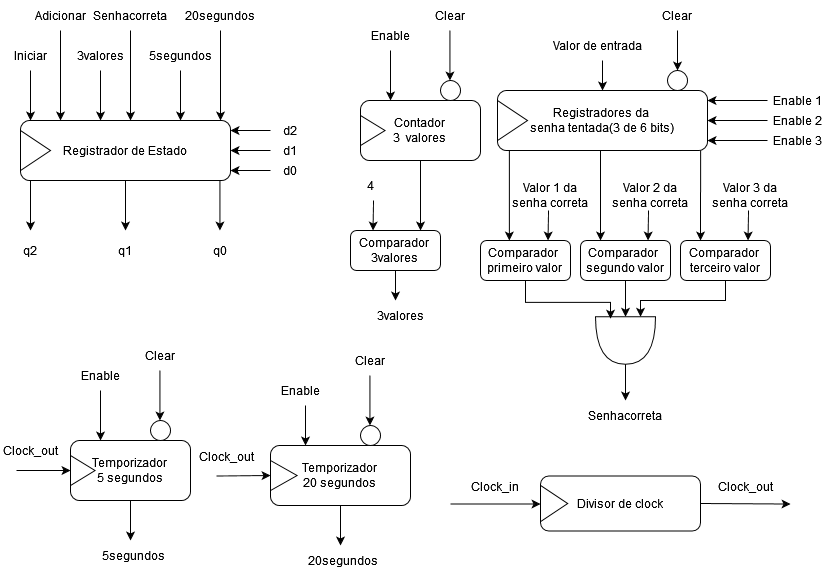
The draw.io diagram proj3_geral.drawio.png in pedroManuelP/Projeto_03_CircuitosDigitais, before a commit. Source tidied: cells renumbered, new cells last; positions are measured from the earlier drawing's top-left corner, leaving out a move shared by most shapes.
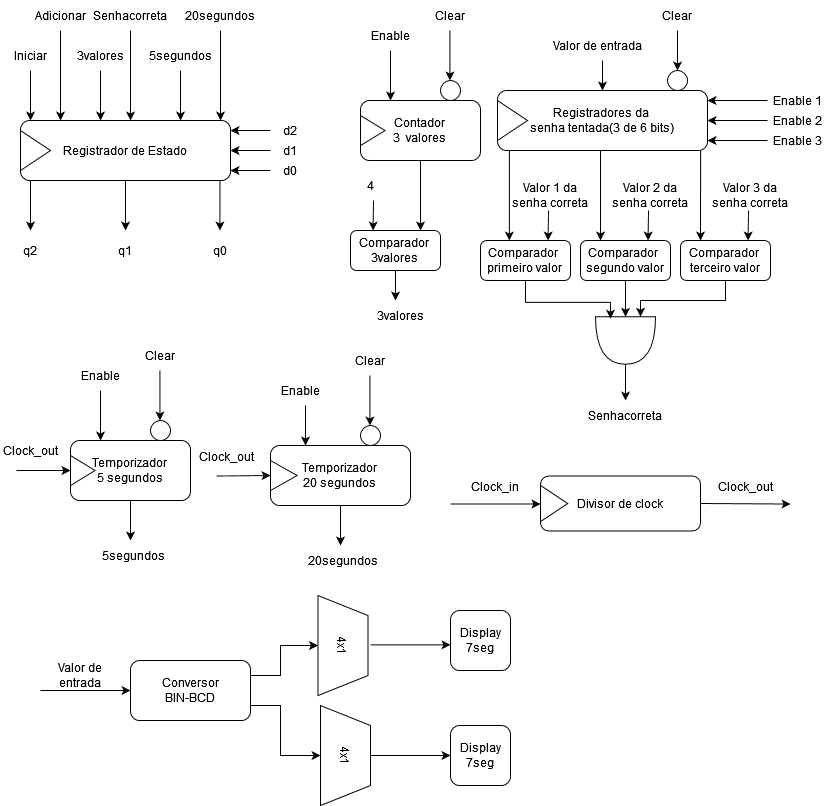
The same diagram one commit later.

What changed in the source:
```diff
@@ -437,5 +437,53 @@
     <mxCell id="106" value="Clock_in" style="text;html=1;align=center;verticalAlign=middle;whiteSpace=wrap;rounded=0;" parent="1" vertex="1">
       <mxGeometry x="465" y="470.5" width="60" height="30" as="geometry" />
     </mxCell>
+    <mxCell id="107" value="&lt;div&gt;Conversor&lt;/div&gt;&lt;div&gt;BIN-BCD&lt;br&gt;&lt;/div&gt;" style="rounded=1;whiteSpace=wrap;html=1;" parent="1" vertex="1">
+      <mxGeometry x="130" y="660" width="120" height="60" as="geometry" />
+    </mxCell>
+    <mxCell id="108" value="4x1" style="shape=trapezoid;perimeter=trapezoidPerimeter;whiteSpace=wrap;html=1;fixedSize=1;rotation=90;" parent="1" vertex="1">
+      <mxGeometry x="295" y="730" width="100" height="50" as="geometry" />
+    </mxCell>
+    <mxCell id="109" value="4x1" style="shape=trapezoid;perimeter=trapezoidPerimeter;whiteSpace=wrap;html=1;fixedSize=1;rotation=90;" parent="1" vertex="1">
+      <mxGeometry x="292.5" y="620" width="100" height="50" as="geometry" />
+    </mxCell>
+    <mxCell id="110" style="endArrow=classic;html=1;rounded=0;exitX=1;exitY=0.25;exitDx=0;exitDy=0;entryX=0.5;entryY=1;entryDx=0;entryDy=0;" parent="1" edge="1" source="107" target="109">
+      <mxGeometry relative="1" as="geometry">
+        <Array as="points">
+          <mxPoint x="280" y="675" />
+          <mxPoint x="280" y="645" />
+        </Array>
+      </mxGeometry>
+    </mxCell>
+    <mxCell id="111" style="endArrow=classic;html=1;rounded=0;exitX=1;exitY=0.75;exitDx=0;exitDy=0;entryX=0.5;entryY=1;entryDx=0;entryDy=0;" parent="1" edge="1" source="107" target="108">
+      <mxGeometry relative="1" as="geometry">
+        <Array as="points">
+          <mxPoint x="280" y="705" />
+          <mxPoint x="280" y="755" />
+        </Array>
+      </mxGeometry>
+    </mxCell>
+    <mxCell id="112" style="endArrow=classic;html=1;rounded=0;entryX=0;entryY=0.5;entryDx=0;entryDy=0;" parent="1" edge="1" target="107">
+      <mxGeometry relative="1" as="geometry">
+        <mxPoint x="40" y="690" as="sourcePoint" />
+      </mxGeometry>
+    </mxCell>
+    <mxCell id="113" value="&lt;div&gt;Valor de&lt;/div&gt;&lt;div&gt;entrada&lt;br&gt;&lt;/div&gt;" style="text;html=1;align=center;verticalAlign=middle;whiteSpace=wrap;rounded=0;" parent="1" vertex="1">
+      <mxGeometry x="50" y="660" width="60" height="30" as="geometry" />
+    </mxCell>
+    <mxCell id="114" value="Display 7seg" style="rounded=1;whiteSpace=wrap;html=1;" parent="1" vertex="1">
+      <mxGeometry x="450" y="610" width="60" height="60" as="geometry" />
+    </mxCell>
+    <mxCell id="115" value="Display 7seg" style="rounded=1;whiteSpace=wrap;html=1;" parent="1" vertex="1">
+      <mxGeometry x="450" y="725" width="60" height="60" as="geometry" />
+    </mxCell>
+    <mxCell id="116" style="endArrow=classic;html=1;rounded=0;exitX=0.5;exitY=0;exitDx=0;exitDy=0;entryX=0;entryY=0.5;entryDx=0;entryDy=0;" parent="1" edge="1" source="108" target="115">
+      <mxGeometry relative="1" as="geometry" />
+    </mxCell>
+    <mxCell id="117" style="endArrow=classic;html=1;rounded=0;exitX=0.5;exitY=0;exitDx=0;exitDy=0;entryX=0;entryY=0.5;entryDx=0;entryDy=0;" parent="1" edge="1">
+      <mxGeometry relative="1" as="geometry">
+        <mxPoint x="370" y="644.3" as="sourcePoint" />
+        <mxPoint x="450" y="644.3" as="targetPoint" />
+      </mxGeometry>
+    </mxCell>
   </root>
 </mxGraphModel>
```
